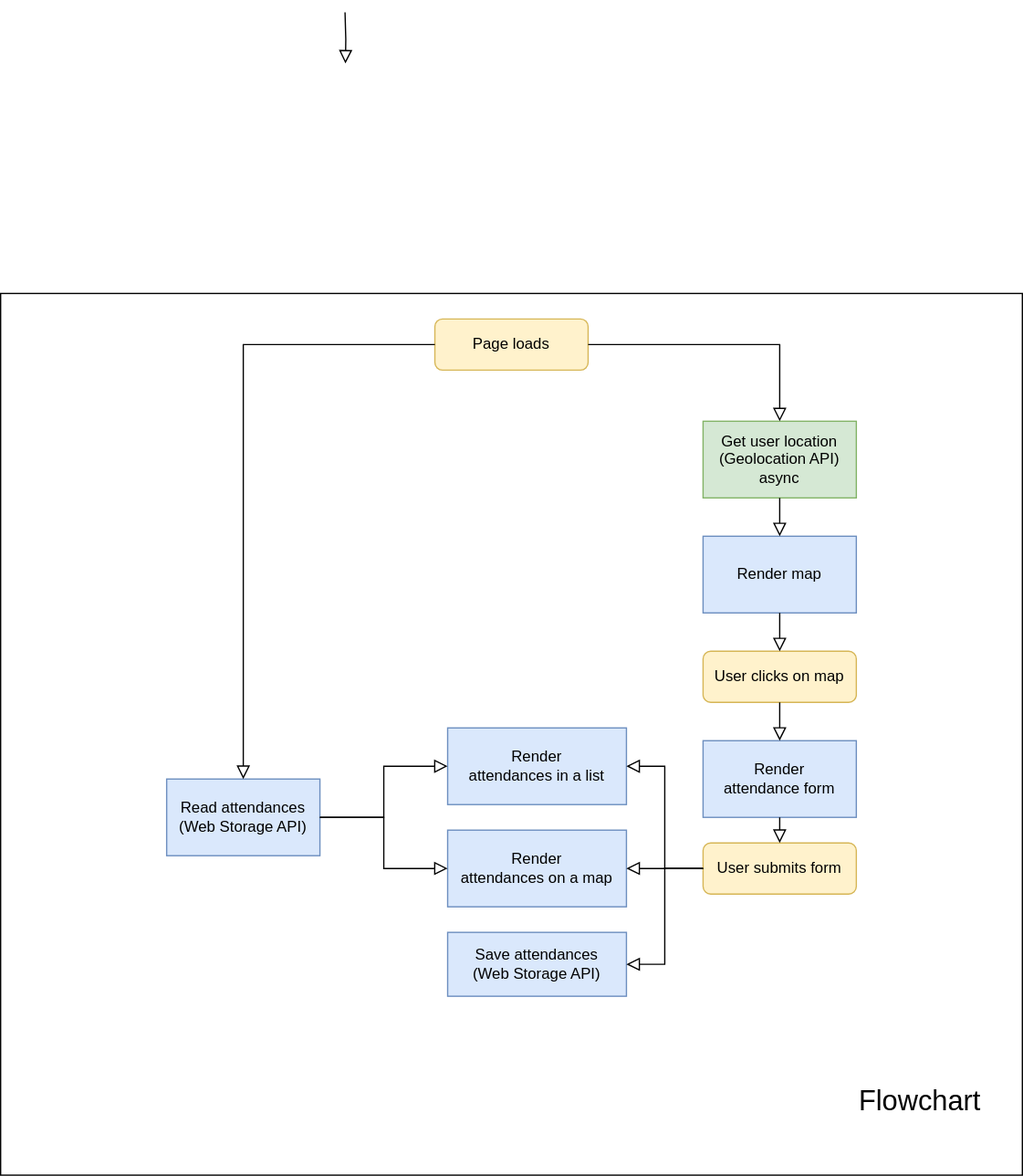
josenavarrohub/vanilla-js-eventify keeps this draw.io diagram as flowchart.drawio.svg. Above is the earlier version. Source tidied: cells renumbered, new cells last; positions are measured from the earlier drawing's top-left corner, leaving out a move shared by most shapes.
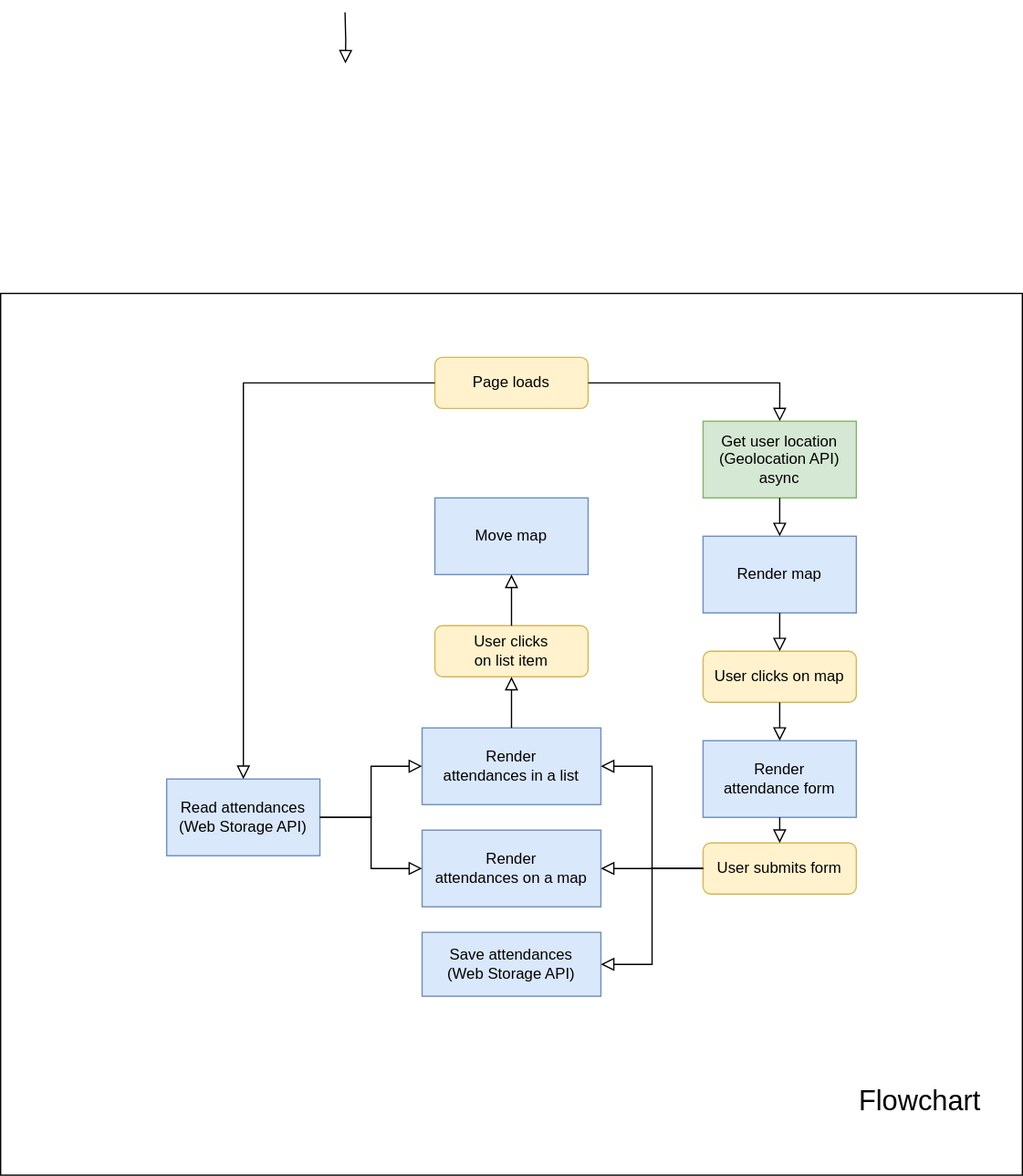
After the commit.

Diff of the diagram source:
```diff
@@ -15,7 +15,7 @@
       <mxGeometry x="640" y="800" width="160" height="106.5" as="geometry" />
     </mxCell>
     <mxCell id="5" value="Page loads" style="rounded=1;whiteSpace=wrap;html=1;fontSize=12;glass=0;strokeWidth=1;shadow=0;fillColor=#fff2cc;strokeColor=#d6b656;" parent="1" vertex="1">
-      <mxGeometry x="340" y="240" width="120" height="40" as="geometry" />
+      <mxGeometry x="340" y="270" width="120" height="40" as="geometry" />
     </mxCell>
     <mxCell id="6" value="Get user location&lt;br&gt;(Geolocation API)&lt;br&gt;async" style="rounded=0;whiteSpace=wrap;html=1;fillColor=#d5e8d4;strokeColor=#82b366;" parent="1" vertex="1">
       <mxGeometry x="550" y="320" width="120" height="60" as="geometry" />
@@ -33,10 +33,10 @@
       <mxGeometry x="550" y="650" width="120" height="40" as="geometry" />
     </mxCell>
     <mxCell id="11" value="Render&lt;br&gt;attendances in a list" style="rounded=0;whiteSpace=wrap;html=1;fillColor=#dae8fc;strokeColor=#6c8ebf;" parent="1" vertex="1">
-      <mxGeometry x="350" y="560" width="140" height="60" as="geometry" />
+      <mxGeometry x="330" y="560" width="140" height="60" as="geometry" />
     </mxCell>
     <mxCell id="12" value="Render&lt;br&gt;attendances on a map" style="rounded=0;whiteSpace=wrap;html=1;fillColor=#dae8fc;strokeColor=#6c8ebf;" parent="1" vertex="1">
-      <mxGeometry x="350" y="640" width="140" height="60" as="geometry" />
+      <mxGeometry x="330" y="640" width="140" height="60" as="geometry" />
     </mxCell>
     <mxCell id="13" value="Read attendances&lt;br&gt;(Web Storage API)" style="rounded=0;whiteSpace=wrap;html=1;fillColor=#dae8fc;strokeColor=#6c8ebf;" parent="1" vertex="1">
       <mxGeometry x="130" y="600" width="120" height="60" as="geometry" />
@@ -48,7 +48,7 @@
       <mxGeometry relative="1" as="geometry" />
     </mxCell>
     <mxCell id="16" value="Save attendances&lt;br&gt;(Web Storage API)" style="rounded=0;whiteSpace=wrap;html=1;fillColor=#dae8fc;strokeColor=#6c8ebf;" parent="1" vertex="1">
-      <mxGeometry x="350" y="720" width="140" height="50" as="geometry" />
+      <mxGeometry x="330" y="720" width="140" height="50" as="geometry" />
     </mxCell>
     <mxCell id="17" style="rounded=0;html=1;jettySize=auto;fontSize=11;endArrow=block;endFill=0;endSize=8;strokeWidth=1;shadow=0;labelBackgroundColor=none;edgeStyle=orthogonalEdgeStyle;entryX=0.5;entryY=0;entryDx=0;entryDy=0;exitX=0.5;exitY=1;exitDx=0;exitDy=0;" parent="1" edge="1" source="6" target="7">
       <mxGeometry relative="1" as="geometry" />
@@ -79,5 +79,17 @@
     <mxCell id="25" style="rounded=0;html=1;jettySize=auto;fontSize=11;endArrow=block;endFill=0;endSize=8;strokeWidth=1;shadow=0;labelBackgroundColor=none;edgeStyle=orthogonalEdgeStyle;entryX=0;entryY=0.5;entryDx=0;entryDy=0;exitX=1;exitY=0.5;exitDx=0;exitDy=0;" parent="1" edge="1" source="13" target="12">
       <mxGeometry relative="1" as="geometry" />
     </mxCell>
+    <mxCell id="26" value="User clicks&lt;br&gt;on list item" style="rounded=1;whiteSpace=wrap;html=1;fontSize=12;glass=0;strokeWidth=1;shadow=0;fillColor=#fff2cc;strokeColor=#d6b656;" parent="1" vertex="1">
+      <mxGeometry x="340" y="480" width="120" height="40" as="geometry" />
+    </mxCell>
+    <mxCell id="27" style="rounded=0;html=1;jettySize=auto;fontSize=11;endArrow=block;endFill=0;endSize=8;strokeWidth=1;shadow=0;labelBackgroundColor=none;edgeStyle=orthogonalEdgeStyle;entryX=0.5;entryY=1;entryDx=0;entryDy=0;" parent="1" edge="1" source="11" target="26">
+      <mxGeometry relative="1" as="geometry" />
+    </mxCell>
+    <mxCell id="28" value="Move map" style="rounded=0;whiteSpace=wrap;html=1;fillColor=#dae8fc;strokeColor=#6c8ebf;" parent="1" vertex="1">
+      <mxGeometry x="340" y="380" width="120" height="60" as="geometry" />
+    </mxCell>
+    <mxCell id="29" style="rounded=0;html=1;jettySize=auto;fontSize=11;endArrow=block;endFill=0;endSize=8;strokeWidth=1;shadow=0;labelBackgroundColor=none;edgeStyle=orthogonalEdgeStyle;entryX=0.5;entryY=1;entryDx=0;entryDy=0;exitX=0.5;exitY=0;exitDx=0;exitDy=0;" parent="1" edge="1" source="26" target="28">
+      <mxGeometry relative="1" as="geometry" />
+    </mxCell>
   </root>
 </mxGraphModel>
```
